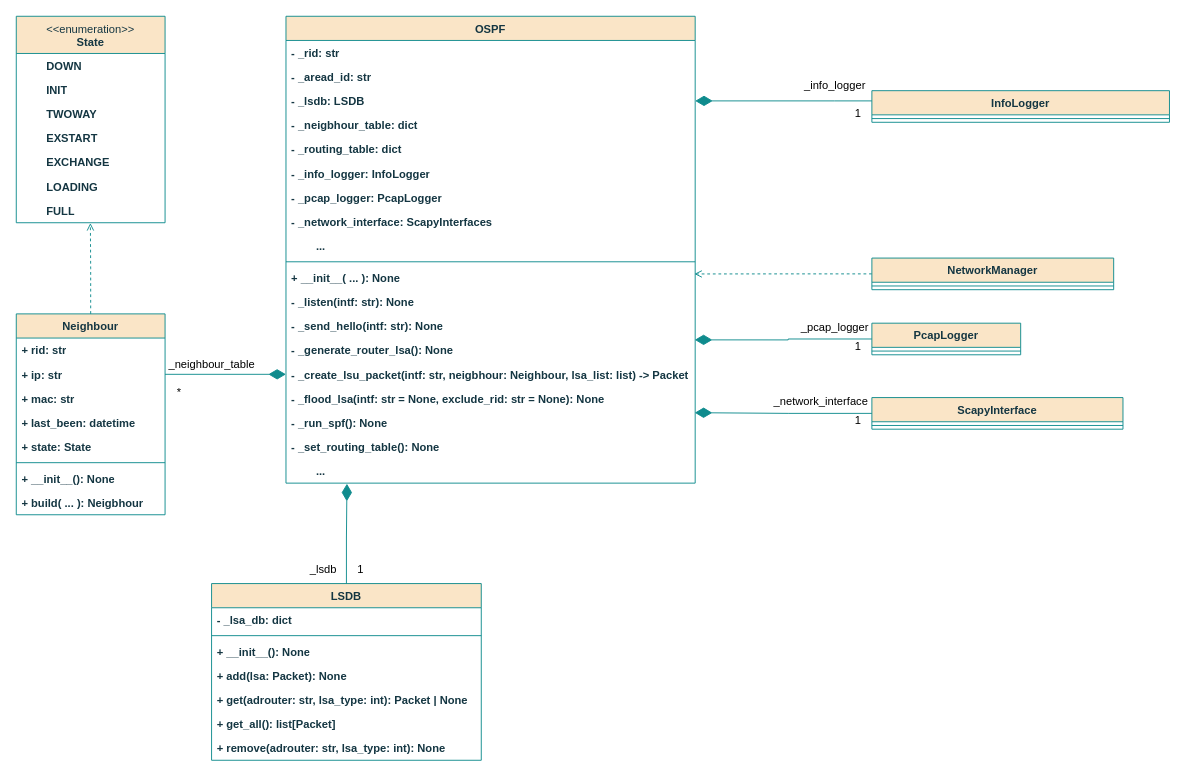
Earlier version of the draw.io diagram page "ospf_core_osztalydiagram" (4 of 12) of documentation/abrak.drawio (x3gan/thesis). Source tidied: cells renumbered, new cells numbered last; positions are measured from the earlier drawing's top-left corner, leaving out a move shared by most shapes. Both pictures are drawn from the tidied source at 93%, with x=0, y=0 at pixel (16, 16).
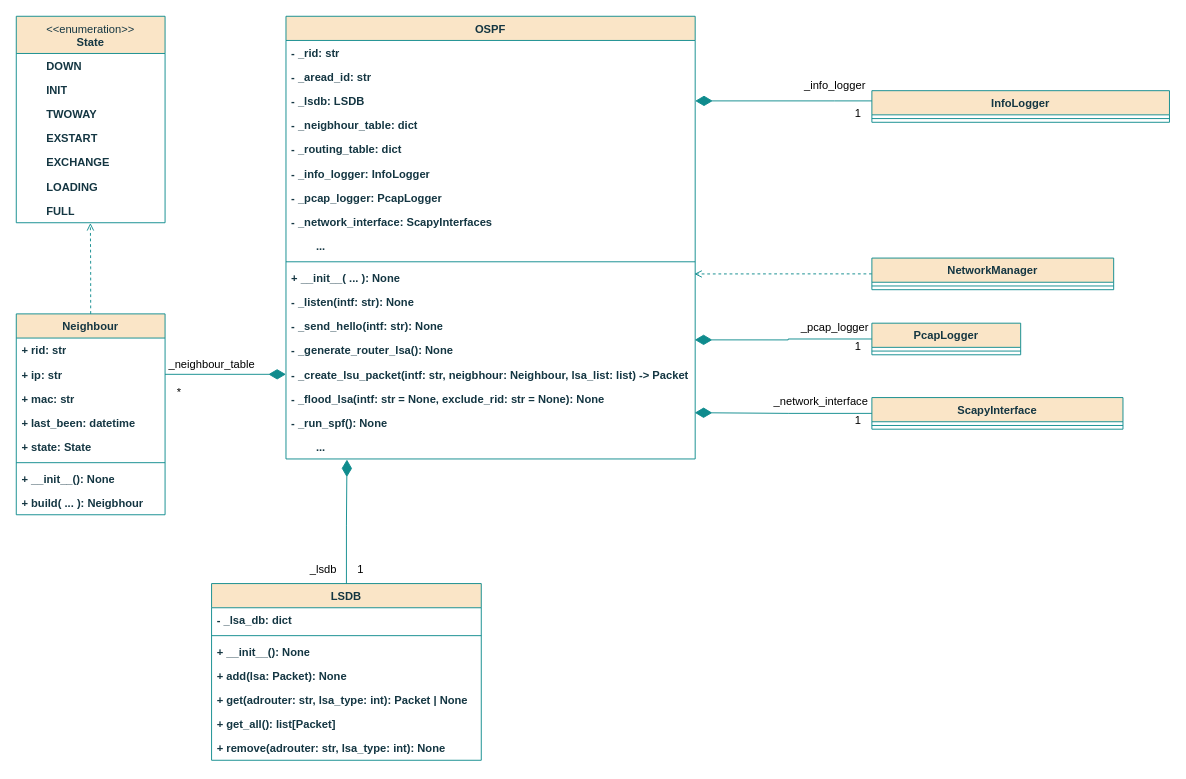
The same page after the edit.

What changed in the source:
```diff
@@
     <mxCell id="27" value="OSPF" style="swimlane;fontStyle=1;align=center;verticalAlign=top;horizontal=1;startSize=26;whiteSpace=wrap;html=1;strokeColor=#0F8B8D;fontFamily=Helvetica;fontSize=12;fontColor=#143642;labelBackgroundColor=none;fillColor=#FAE5C7;" parent="1" vertex="1">
-      <mxGeometry x="290" width="440" height="502" as="geometry" />
+      <mxGeometry x="290" width="440" height="476" as="geometry" />
     </mxCell>
@@
-    <mxCell id="45" value="- _set_routing_table(): None" style="text;strokeColor=none;fillColor=none;align=left;verticalAlign=top;spacingLeft=4;spacingRight=4;overflow=hidden;whiteSpace=wrap;html=1;fontFamily=Helvetica;fontSize=12;fontColor=#143642;fontStyle=1;labelBackgroundColor=none;horizontal=1;" parent="27" vertex="1">
-      <mxGeometry y="450" width="440" height="26" as="geometry" />
-    </mxCell>
     <mxCell id="46" value="&lt;span style=&quot;white-space: pre;&quot;&gt;&#9;&lt;/span&gt;..." style="text;strokeColor=none;fillColor=none;align=left;verticalAlign=top;spacingLeft=4;spacingRight=4;overflow=hidden;points=[[0,0.5],[1,0.5]];portConstraint=eastwest;whiteSpace=wrap;html=1;fontFamily=Helvetica;fontSize=12;fontColor=#143642;fontStyle=1;labelBackgroundColor=none;horizontal=1;" parent="27" vertex="1">
-      <mxGeometry y="476" width="440" height="26" as="geometry" />
+      <mxGeometry y="450" width="440" height="26" as="geometry" />
     </mxCell>
```
